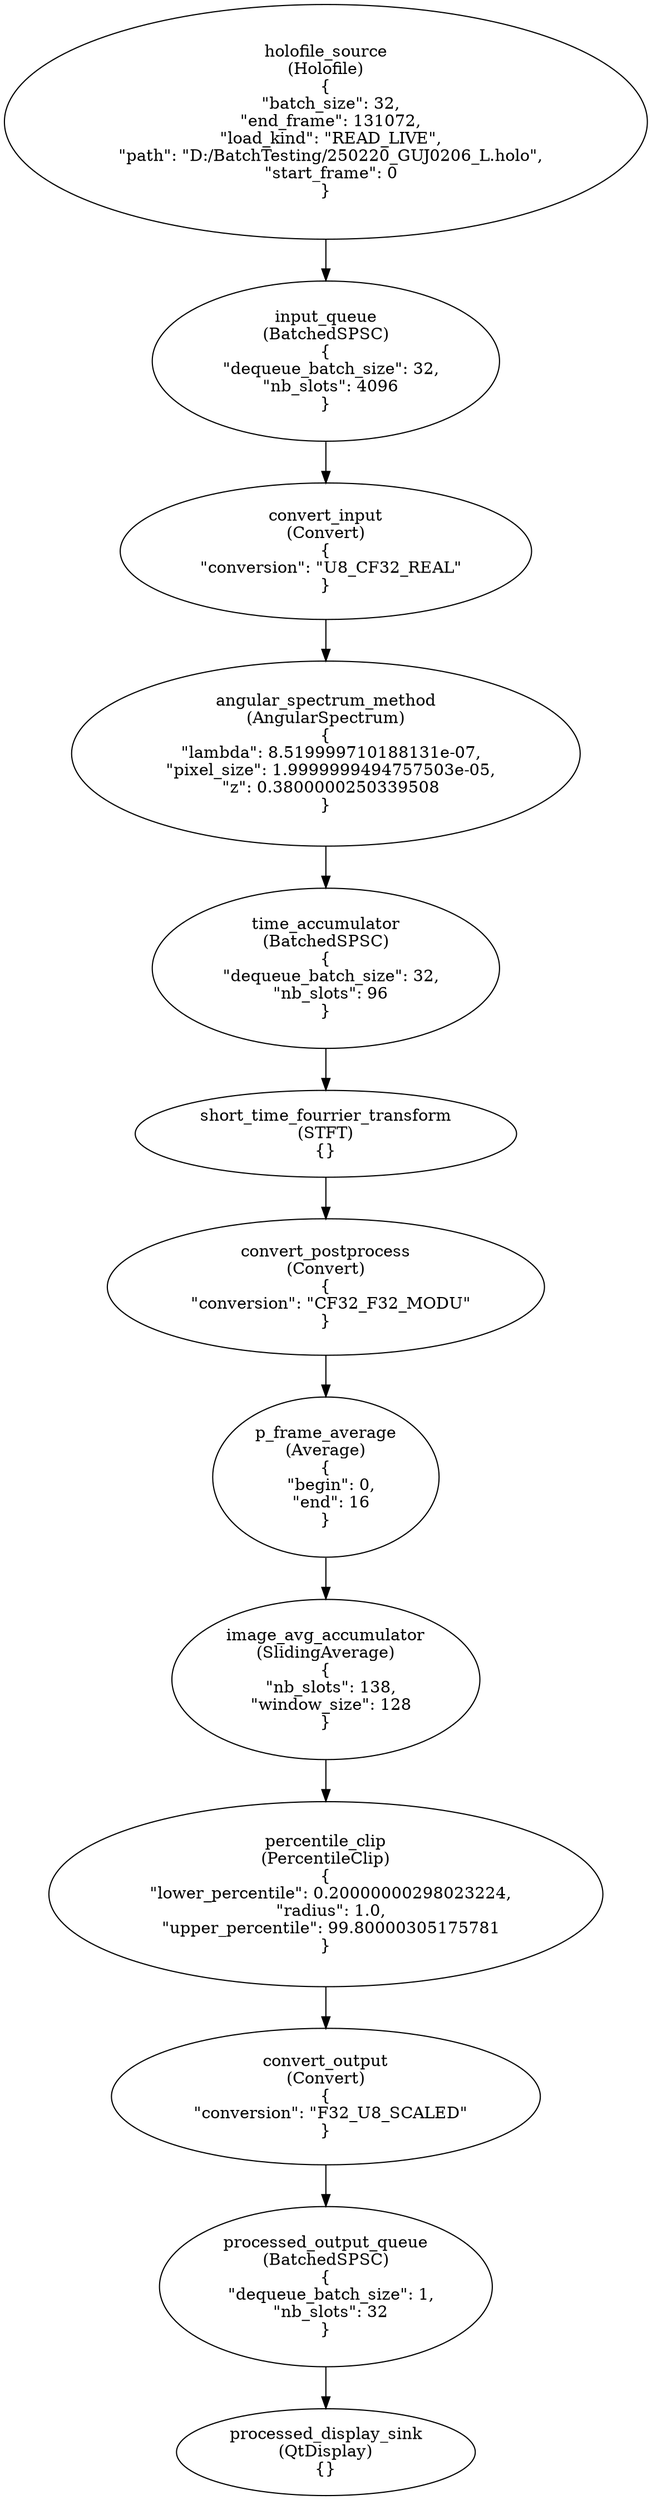
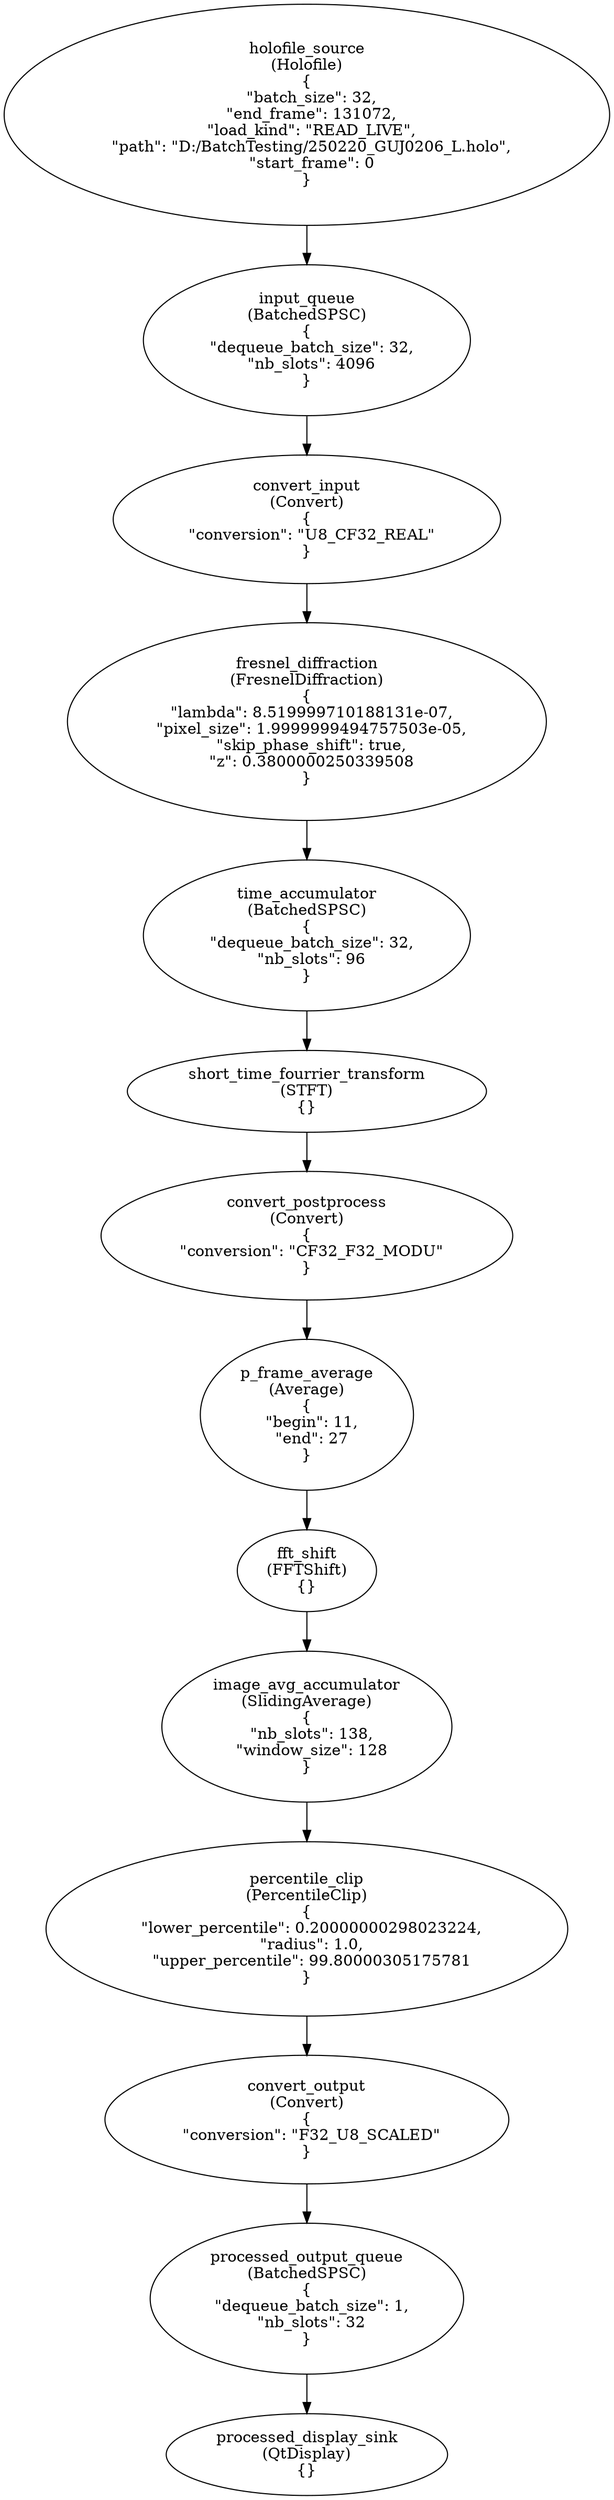
digraph G {
0[label="holofile_source\n(Holofile)\n{
  \"batch_size\": 32,
  \"end_frame\": 131072,
  \"load_kind\": \"READ_LIVE\",
  \"path\": \"D:/BatchTesting/250220_GUJ0206_L.holo\",
  \"start_frame\": 0
}"];
1[label="input_queue\n(BatchedSPSC)\n{
  \"dequeue_batch_size\": 32,
  \"nb_slots\": 4096
}"];
2[label="convert_input\n(Convert)\n{
  \"conversion\": \"U8_CF32_REAL\"
}"];
- 3[label="angular_spectrum_method\n(AngularSpectrum)\n{
+ 3[label="fresnel_diffraction\n(FresnelDiffraction)\n{
  \"lambda\": 8.519999710188131e-07,
  \"pixel_size\": 1.9999999494757503e-05,
+   \"skip_phase_shift\": true,
  \"z\": 0.3800000250339508
}"];
4[label="time_accumulator\n(BatchedSPSC)\n{
  \"dequeue_batch_size\": 32,
  \"nb_slots\": 96
}"];
5[label="short_time_fourrier_transform\n(STFT)\n{}"];
6[label="convert_postprocess\n(Convert)\n{
  \"conversion\": \"CF32_F32_MODU\"
}"];
7[label="p_frame_average\n(Average)\n{
-   \"begin\": 0,
-   \"end\": 16
+   \"begin\": 11,
+   \"end\": 27
}"];
- 8[label="image_avg_accumulator\n(SlidingAverage)\n{
+ 8[label="fft_shift\n(FFTShift)\n{}"];
+ 9[label="image_avg_accumulator\n(SlidingAverage)\n{
  \"nb_slots\": 138,
  \"window_size\": 128
}"];
- 9[label="percentile_clip\n(PercentileClip)\n{
+ 10[label="percentile_clip\n(PercentileClip)\n{
  \"lower_percentile\": 0.20000000298023224,
  \"radius\": 1.0,
  \"upper_percentile\": 99.80000305175781
}"];
- 10[label="convert_output\n(Convert)\n{
+ 11[label="convert_output\n(Convert)\n{
  \"conversion\": \"F32_U8_SCALED\"
}"];
- 11[label="processed_output_queue\n(BatchedSPSC)\n{
+ 12[label="processed_output_queue\n(BatchedSPSC)\n{
  \"dequeue_batch_size\": 1,
  \"nb_slots\": 32
}"];
- 12[label="processed_display_sink\n(QtDisplay)\n{}"];
+ 13[label="processed_display_sink\n(QtDisplay)\n{}"];
0->1 ;
1->2 ;
2->3 ;
3->4 ;
4->5 ;
5->6 ;
6->7 ;
7->8 ;
8->9 ;
9->10 ;
10->11 ;
11->12 ;
+ 12->13 ;
}
